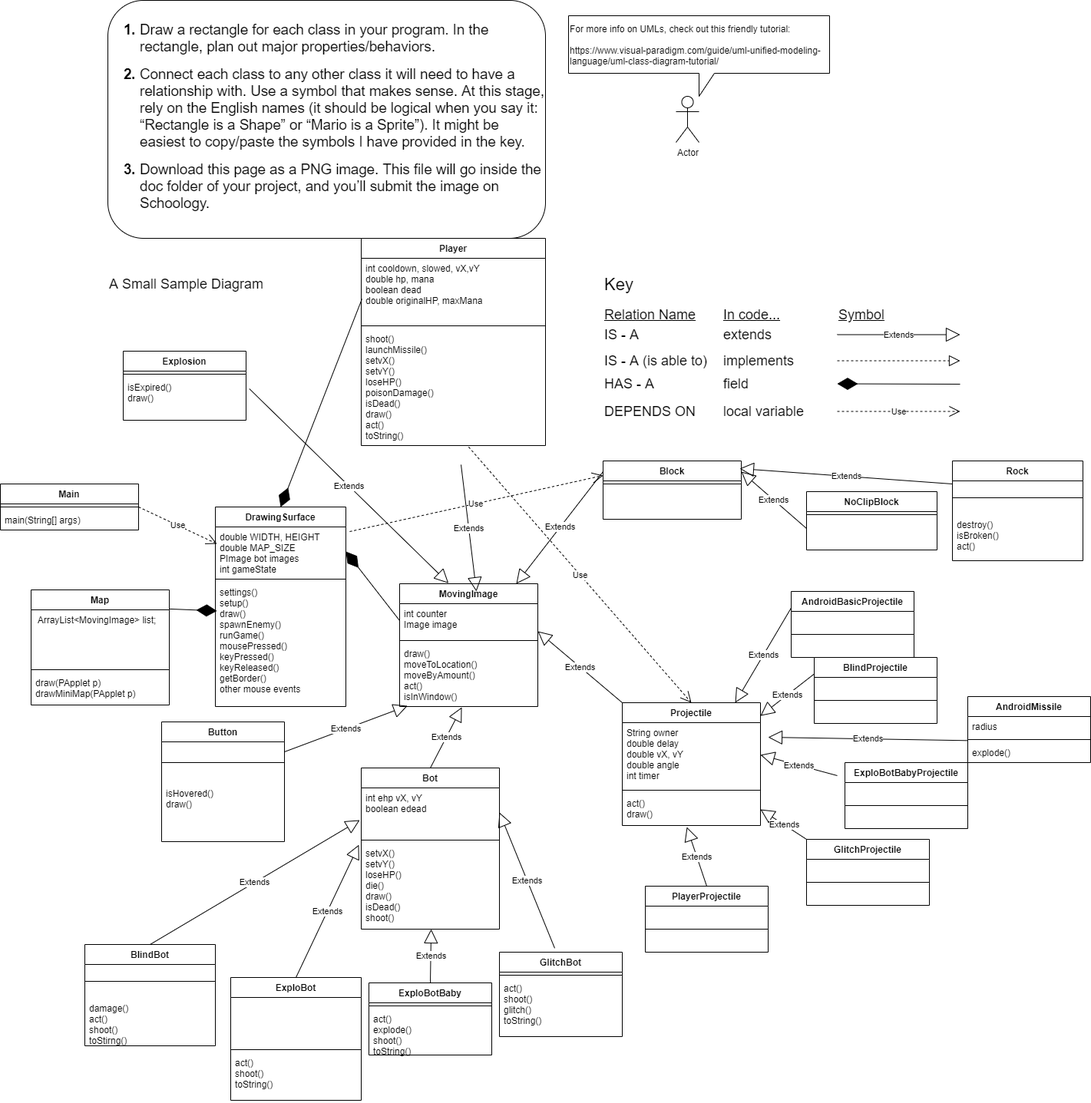
Above: Bot Farm Capstone/doc/Final Project UML.png in HHSAPCompSci2020/capstone-project-bot-farm (draw.io), before the change. Source tidied: cells renumbered, new cells last; positions are measured from the earlier drawing's top-left corner, leaving out a move shared by most shapes.
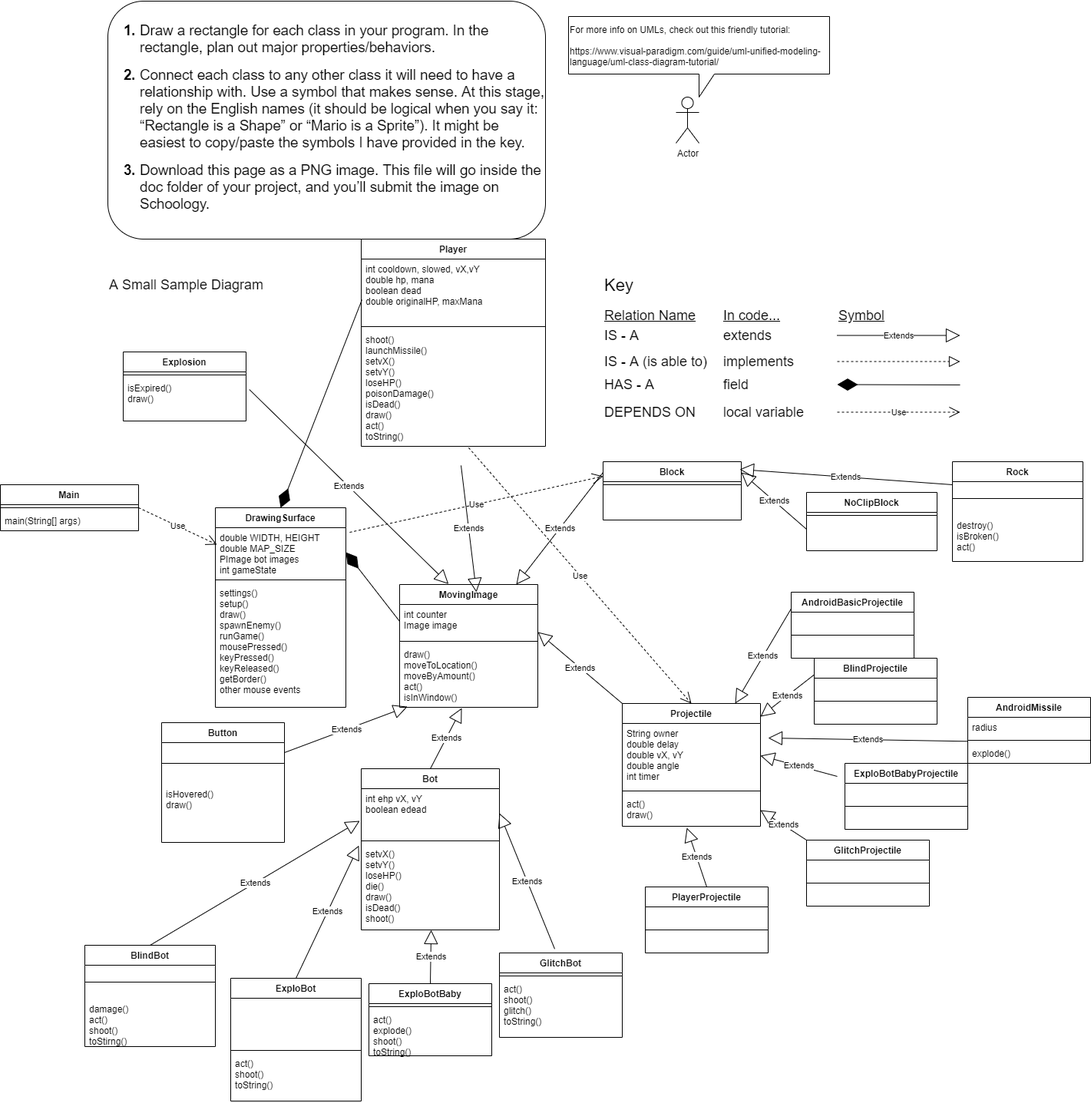
Later version of the same file.

Change to the diagram source:
```diff
@@ -182,21 +182,6 @@
     <mxCell id="57" value="settings()&#10;setup()&#10;draw()&#10;spawnEnemy()&#10;runGame()&#10;mousePressed()&#10;keyPressed()&#10;keyReleased()&#10;getBorder()&#10;other mouse events " style="text;strokeColor=none;fillColor=none;align=left;verticalAlign=top;spacingLeft=4;spacingRight=4;overflow=hidden;points=[[0,0.5],[1,0.5]];portConstraint=eastwest;" parent="54" vertex="1">
       <mxGeometry y="98" width="170" height="162" as="geometry" />
     </mxCell>
-    <mxCell id="58" style="endArrow=diamondThin;endFill=1;endSize=24;html=1;exitX=0.011;exitY=0.117;exitDx=0;exitDy=0;exitPerimeter=0;entryX=0.012;entryY=0.231;entryDx=0;entryDy=0;entryPerimeter=0;" parent="1" edge="1" source="59" target="57">
-      <mxGeometry relative="1" as="geometry" />
-    </mxCell>
-    <mxCell id="59" value="Map" style="swimlane;fontStyle=1;align=center;verticalAlign=top;horizontal=1;startSize=26;" parent="1" vertex="1">
-      <mxGeometry x="40" y="768" width="180" height="150" as="geometry" />
-    </mxCell>
-    <mxCell id="60" value=" ArrayList&lt;MovingImage&gt; list;" style="text;strokeColor=none;fillColor=none;align=left;verticalAlign=top;spacingLeft=4;spacingRight=4;overflow=hidden;" parent="59" vertex="1">
-      <mxGeometry y="26" width="180" height="74" as="geometry" />
-    </mxCell>
-    <mxCell id="61" style="line;strokeWidth=1;fillColor=none;align=left;verticalAlign=middle;spacingTop=-1;spacingLeft=3;spacingRight=3;labelPosition=right;" parent="59" vertex="1">
-      <mxGeometry y="100" width="180" height="8" as="geometry" />
-    </mxCell>
-    <mxCell id="62" value="draw(PApplet p)&#10;drawMiniMap(PApplet p)" style="text;strokeColor=none;fillColor=none;align=left;verticalAlign=top;spacingLeft=4;spacingRight=4;overflow=hidden;" parent="59" vertex="1">
-      <mxGeometry y="108" width="180" height="42" as="geometry" />
-    </mxCell>
     <mxCell id="63" style="endArrow=diamondThin;endFill=1;endSize=24;html=1;exitX=0;exitY=0.5;exitDx=0;exitDy=0;entryX=1;entryY=0.5;entryDx=0;entryDy=0;" parent="1" edge="1" source="38" target="55">
       <mxGeometry relative="1" as="geometry" />
     </mxCell>
```
